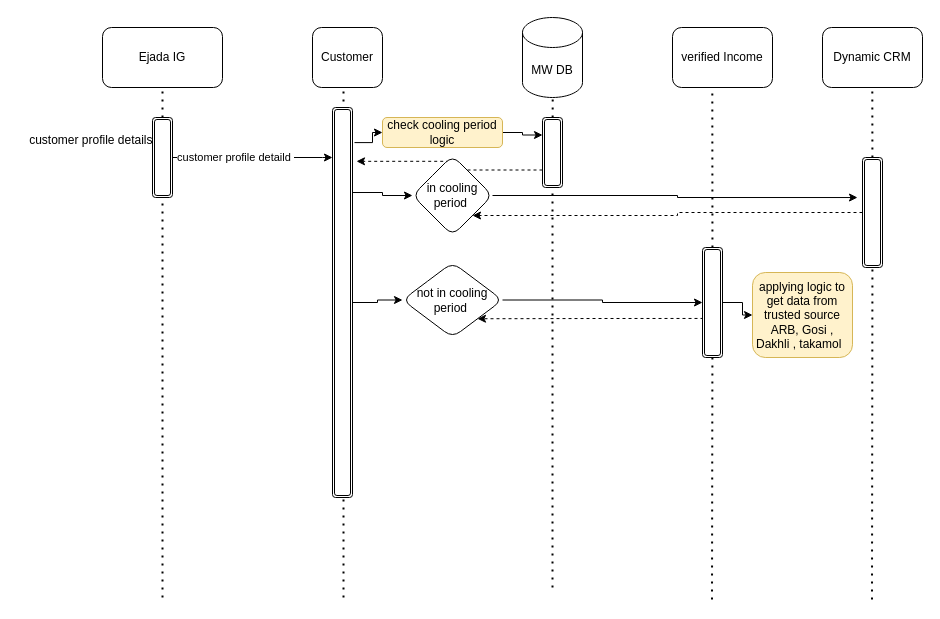
The draw.io diagram page "customer profile detail flow" (4 of 5) of lead flow.drawio in MHosnii/DrawIo, before the edit. Source tidied: cells renumbered, new cells numbered last; positions are measured from the earlier drawing's top-left corner, leaving out a move shared by most shapes. Both pictures are drawn from the tidied source at 100%, with x=0, y=0 at pixel (17, 17).
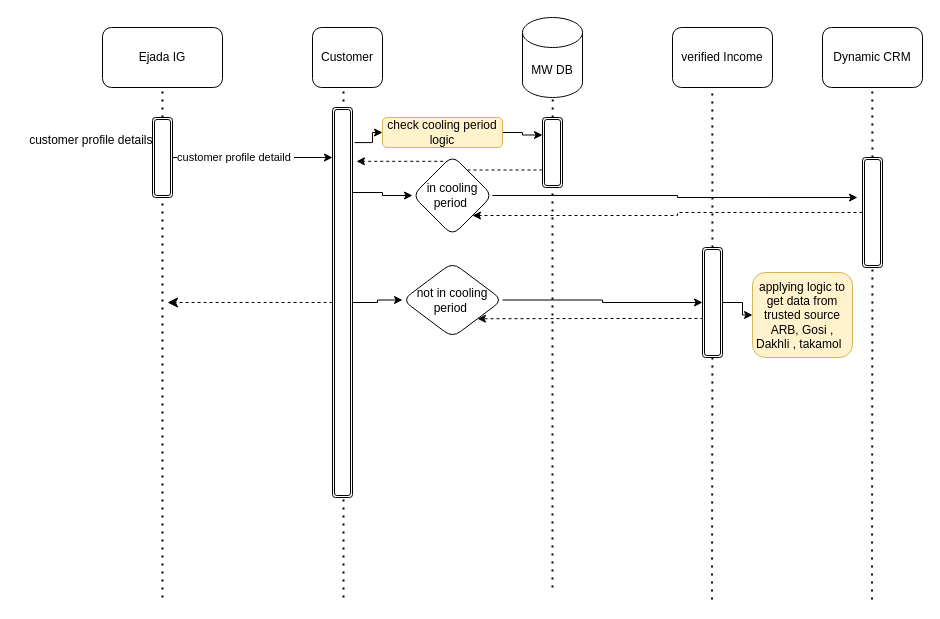
The same diagram, later.

The change refers to these unchanged cells:
```xml
<mxCell id="14" style="shape=ext;double=1;rounded=1;whiteSpace=wrap;html=1;" parent="1" vertex="1">
  <mxGeometry x="315" y="90" width="20" height="390" as="geometry" />
</mxCell>
```

Change to the diagram source:
```diff
@@
+    <mxCell id="38" style="edgeStyle=none;curved=1;rounded=0;jettySize=auto;html=1;fontSize=12;startSize=8;endSize=8;dashed=1;" parent="1" edge="1" source="14">
+      <mxGeometry relative="1" as="geometry">
+        <mxPoint x="150" y="285" as="targetPoint" />
+      </mxGeometry>
+    </mxCell>
```
